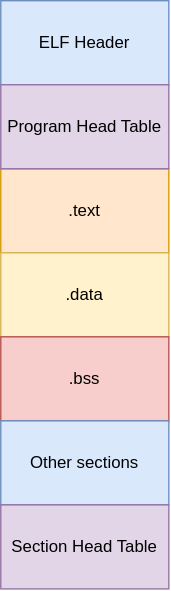
This is hello.drawio.svg from violet227/diagrams, a draw.io export, as it was before one commit. Source tidied: cells renumbered, new cells last; positions are measured from the earlier drawing's top-left corner, leaving out a move shared by most shapes.
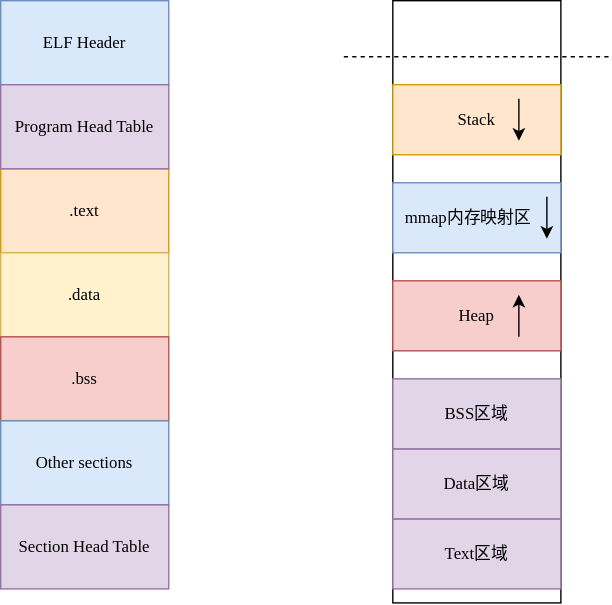
The same diagram one commit later.

Change to the diagram source:
```diff
@@ -2,26 +2,77 @@
   <root>
     <mxCell id="0" />
     <mxCell id="1" parent="0" />
+    <mxCell id="9" style="rounded=0;whiteSpace=wrap;html=1;fontFamily=Times New Roman;" parent="1" vertex="1">
+      <mxGeometry x="280" width="120" height="430" as="geometry" />
+    </mxCell>
-    <mxCell id="2" value="ELF Header" style="rounded=0;whiteSpace=wrap;html=1;fillColor=#dae8fc;strokeColor=#6c8ebf;" parent="1" vertex="1">
+    <mxCell id="2" value="ELF Header" style="rounded=0;whiteSpace=wrap;html=1;fillColor=#dae8fc;strokeColor=#6c8ebf;fontFamily=Times New Roman;" parent="1" vertex="1">
       <mxGeometry width="120" height="60" as="geometry" />
     </mxCell>
-    <mxCell id="3" value=".text" style="rounded=0;whiteSpace=wrap;html=1;fillColor=#ffe6cc;strokeColor=#d79b00;" parent="1" vertex="1">
+    <mxCell id="3" value=".text" style="rounded=0;whiteSpace=wrap;html=1;fillColor=#ffe6cc;strokeColor=#d79b00;fontFamily=Times New Roman;" parent="1" vertex="1">
       <mxGeometry y="120" width="120" height="60" as="geometry" />
     </mxCell>
-    <mxCell id="4" value=".data" style="rounded=0;whiteSpace=wrap;html=1;fillColor=#fff2cc;strokeColor=#d6b656;" parent="1" vertex="1">
+    <mxCell id="4" value=".data" style="rounded=0;whiteSpace=wrap;html=1;fillColor=#fff2cc;strokeColor=#d6b656;fontFamily=Times New Roman;" parent="1" vertex="1">
       <mxGeometry y="180" width="120" height="60" as="geometry" />
     </mxCell>
-    <mxCell id="5" value=".bss" style="rounded=0;whiteSpace=wrap;html=1;fillColor=#f8cecc;strokeColor=#b85450;" parent="1" vertex="1">
+    <mxCell id="5" value=".bss" style="rounded=0;whiteSpace=wrap;html=1;fillColor=#f8cecc;strokeColor=#b85450;fontFamily=Times New Roman;" parent="1" vertex="1">
       <mxGeometry y="240" width="120" height="60" as="geometry" />
     </mxCell>
-    <mxCell id="6" value="Other sections" style="rounded=0;whiteSpace=wrap;html=1;fillColor=#dae8fc;strokeColor=#6c8ebf;" parent="1" vertex="1">
+    <mxCell id="6" value="Other sections" style="rounded=0;whiteSpace=wrap;html=1;fillColor=#dae8fc;strokeColor=#6c8ebf;fontFamily=Times New Roman;" parent="1" vertex="1">
       <mxGeometry y="300" width="120" height="60" as="geometry" />
     </mxCell>
-    <mxCell id="7" value="Program Head Table" style="rounded=0;whiteSpace=wrap;html=1;fillColor=#e1d5e7;strokeColor=#9673a6;" parent="1" vertex="1">
+    <mxCell id="7" value="Program Head Table" style="rounded=0;whiteSpace=wrap;html=1;fillColor=#e1d5e7;strokeColor=#9673a6;fontFamily=Times New Roman;" parent="1" vertex="1">
       <mxGeometry y="60" width="120" height="60" as="geometry" />
     </mxCell>
-    <mxCell id="8" value="Section Head Table" style="rounded=0;whiteSpace=wrap;html=1;fillColor=#e1d5e7;strokeColor=#9673a6;" parent="1" vertex="1">
+    <mxCell id="8" value="Section Head Table" style="rounded=0;whiteSpace=wrap;html=1;fillColor=#e1d5e7;strokeColor=#9673a6;fontFamily=Times New Roman;" parent="1" vertex="1">
       <mxGeometry y="360" width="120" height="60" as="geometry" />
     </mxCell>
+    <mxCell id="10" style="edgeStyle=orthogonalEdgeStyle;rounded=0;jettySize=auto;html=1;fontFamily=Times New Roman;" parent="1" edge="1" source="11" target="13">
+      <mxGeometry relative="1" as="geometry" />
+    </mxCell>
+    <mxCell id="11" value="Text区域" style="rounded=0;whiteSpace=wrap;html=1;fillColor=#e1d5e7;strokeColor=#9673a6;fontFamily=Times New Roman;" parent="1" vertex="1">
+      <mxGeometry x="280" y="370" width="120" height="50" as="geometry" />
+    </mxCell>
+    <mxCell id="12" style="edgeStyle=orthogonalEdgeStyle;rounded=0;jettySize=auto;html=1;fontFamily=Times New Roman;" parent="1" edge="1" source="13" target="14">
+      <mxGeometry relative="1" as="geometry" />
+    </mxCell>
+    <mxCell id="13" value="Data区域" style="whiteSpace=wrap;html=1;fontFamily=Times New Roman;fillColor=#e1d5e7;strokeColor=#9673a6;rounded=0;" parent="1" vertex="1">
+      <mxGeometry x="280" y="320" width="120" height="50" as="geometry" />
+    </mxCell>
+    <mxCell id="14" value="BSS区域" style="whiteSpace=wrap;html=1;fontFamily=Times New Roman;fillColor=#e1d5e7;strokeColor=#9673a6;rounded=0;" parent="1" vertex="1">
+      <mxGeometry x="280" y="270" width="120" height="50" as="geometry" />
+    </mxCell>
+    <mxCell id="15" value="Heap" style="whiteSpace=wrap;html=1;fontFamily=Times New Roman;fillColor=#f8cecc;strokeColor=#b85450;rounded=0;" parent="1" vertex="1">
+      <mxGeometry x="280" y="200" width="120" height="50" as="geometry" />
+    </mxCell>
+    <mxCell id="16" style="endArrow=classic;html=1;rounded=0;fontFamily=Times New Roman;" parent="1" edge="1">
+      <mxGeometry relative="1" as="geometry">
+        <mxPoint x="370" y="240" as="sourcePoint" />
+        <mxPoint x="370" y="210" as="targetPoint" />
+      </mxGeometry>
+    </mxCell>
+    <mxCell id="17" value="mmap内存映射区&amp;nbsp; &amp;nbsp;&amp;nbsp;" style="whiteSpace=wrap;html=1;fontFamily=Times New Roman;fillColor=#dae8fc;strokeColor=#6c8ebf;rounded=0;" parent="1" vertex="1">
+      <mxGeometry x="280" y="130" width="120" height="50" as="geometry" />
+    </mxCell>
+    <mxCell id="18" style="endArrow=classic;html=1;rounded=0;fontFamily=Times New Roman;" parent="1" edge="1">
+      <mxGeometry relative="1" as="geometry">
+        <mxPoint x="390" y="140" as="sourcePoint" />
+        <mxPoint x="390" y="170" as="targetPoint" />
+      </mxGeometry>
+    </mxCell>
+    <mxCell id="19" value="Stack" style="whiteSpace=wrap;html=1;fontFamily=Times New Roman;fillColor=#ffe6cc;strokeColor=#d79b00;rounded=0;" parent="1" vertex="1">
+      <mxGeometry x="280" y="60" width="120" height="50" as="geometry" />
+    </mxCell>
+    <mxCell id="20" style="endArrow=classic;html=1;rounded=0;fontFamily=Times New Roman;" parent="1" edge="1">
+      <mxGeometry relative="1" as="geometry">
+        <mxPoint x="370" y="70" as="sourcePoint" />
+        <mxPoint x="370" y="100" as="targetPoint" />
+      </mxGeometry>
+    </mxCell>
+    <mxCell id="21" style="endArrow=none;dashed=1;html=1;rounded=0;fontFamily=Times New Roman;" parent="1" edge="1">
+      <mxGeometry relative="1" as="geometry">
+        <mxPoint x="245" y="40" as="sourcePoint" />
+        <mxPoint x="435" y="40" as="targetPoint" />
+      </mxGeometry>
+    </mxCell>
   </root>
 </mxGraphModel>
```
